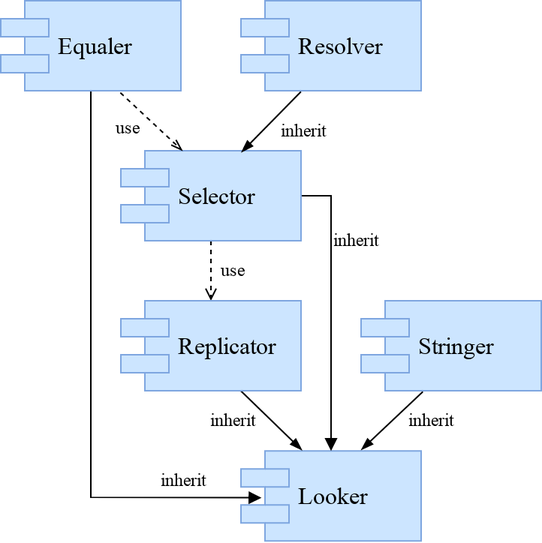
Before: doc/images/ClassDiagram.png, a diagram exported from draw.io (yRodrigo2219/wLooker). Source tidied: cells renumbered, new cells last; positions are measured from the earlier drawing's top-left corner, leaving out a move shared by most shapes.
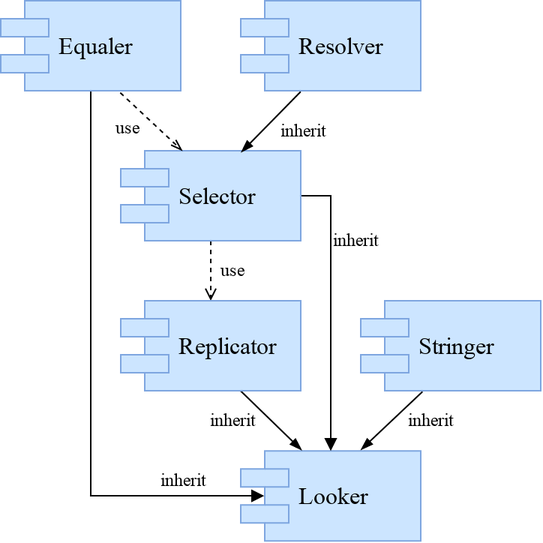
Above is the later version.

Diff of the diagram source:
```diff
@@ -36,10 +36,10 @@
     <mxCell id="11" style="edgeStyle=none;rounded=0;jettySize=auto;html=1;entryX=0.342;entryY=0;entryDx=0;entryDy=0;dashed=1;endArrow=openThin;endFill=0;fontFamily=Tahoma;fontSize=16;exitX=0.664;exitY=1.022;exitDx=0;exitDy=0;entryPerimeter=0;exitPerimeter=0;" parent="1" edge="1" source="13" target="6">
       <mxGeometry relative="1" as="geometry" />
     </mxCell>
-    <mxCell id="12" style="edgeStyle=none;rounded=0;jettySize=auto;html=1;endArrow=block;endFill=1;fontFamily=Tahoma;fontSize=16;entryX=0.114;entryY=0.521;entryDx=0;entryDy=0;entryPerimeter=0;" parent="1" edge="1" source="13" target="2">
+    <mxCell id="12" style="edgeStyle=none;rounded=0;jettySize=auto;html=1;endArrow=block;endFill=1;fontFamily=Tahoma;fontSize=16;entryX=0.13;entryY=0.5;entryDx=0;entryDy=0;entryPerimeter=0;" parent="1" edge="1" source="13" target="2">
       <mxGeometry relative="1" as="geometry">
         <Array as="points">
-          <mxPoint x="60" y="331" />
+          <mxPoint x="60" y="330" />
         </Array>
       </mxGeometry>
     </mxCell>
```
